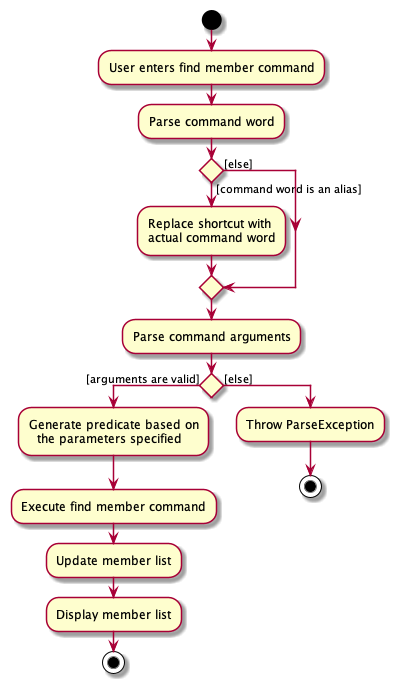
Earlier version of the PlantUML export docs/images/FindMemberActivityDiagram.png (nus-cs2103-AY2122S1/tp). Its source is kept beside it as docs/diagrams/FindMemberActivityDiagram.puml. The source it was exported from:
```plantuml
@startuml
start
:User enters find member command;
:Parse command word;


if () then ([command word is an alias])
    :Replace shortcut with
    actual command word;
else ([else])
endif
:Parse command arguments;
if () then ([arguments are valid])
:Generate predicate based on
  the parameters specified;
    :Execute find member command;
:Update member list;
:Display member list;
stop
else ([else])
:Throw ParseException;
stop
@enduml
```
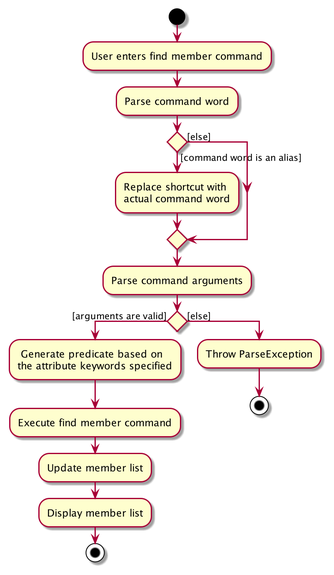
Above is the later version.

What changed in the source:
```diff
@@ -11,8 +11,8 @@
 endif
 :Parse command arguments;
 if () then ([arguments are valid])
-:Generate predicate based on
-  the parameters specified;
+: Generate predicate based on
+the attribute keywords specified;
     :Execute find member command;
 :Update member list;
 :Display member list;
```
